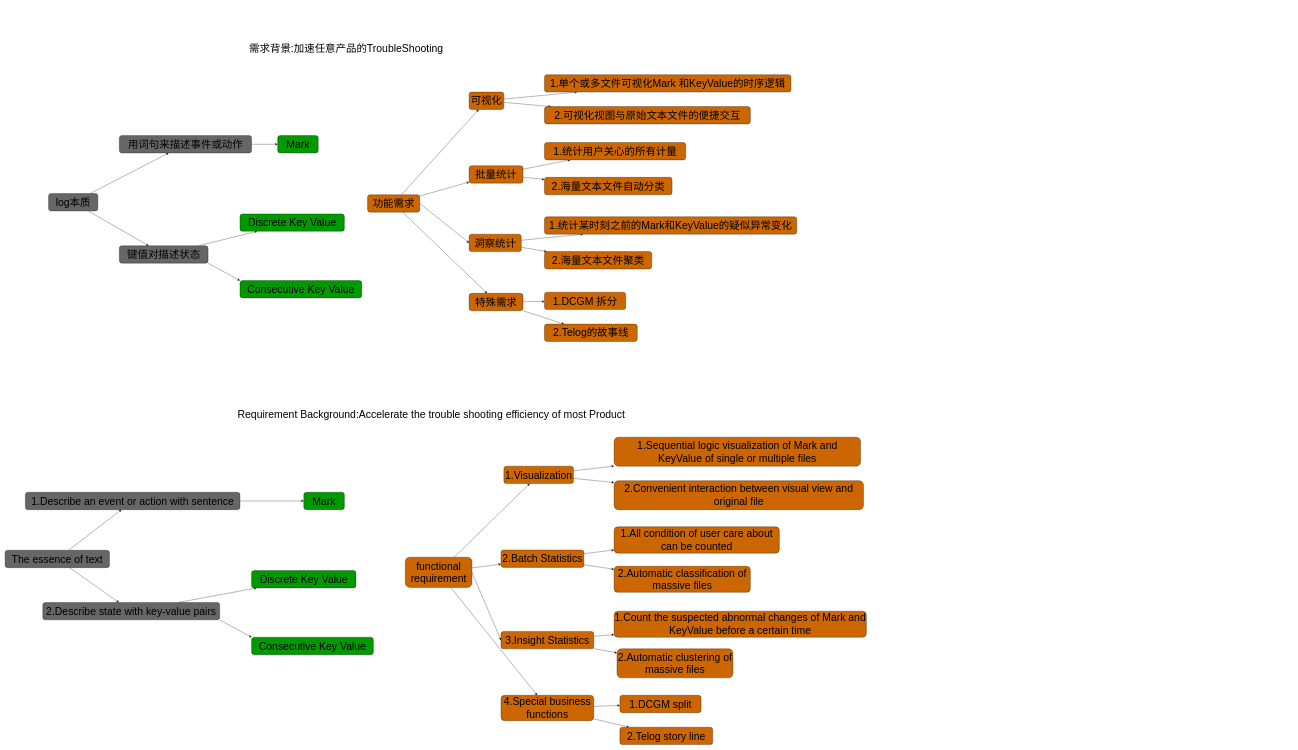
Before: page "Demand" (1 of 6) of requirement_analysis.drawio in dj-lei/eric_toolsets, a draw.io diagram. Source tidied: cells renumbered, new cells numbered last; positions are measured from the earlier drawing's top-left corner, leaving out a move shared by most shapes. Both pictures are drawn from the tidied source at 29%, with x=0, y=0 at pixel (5, 40).
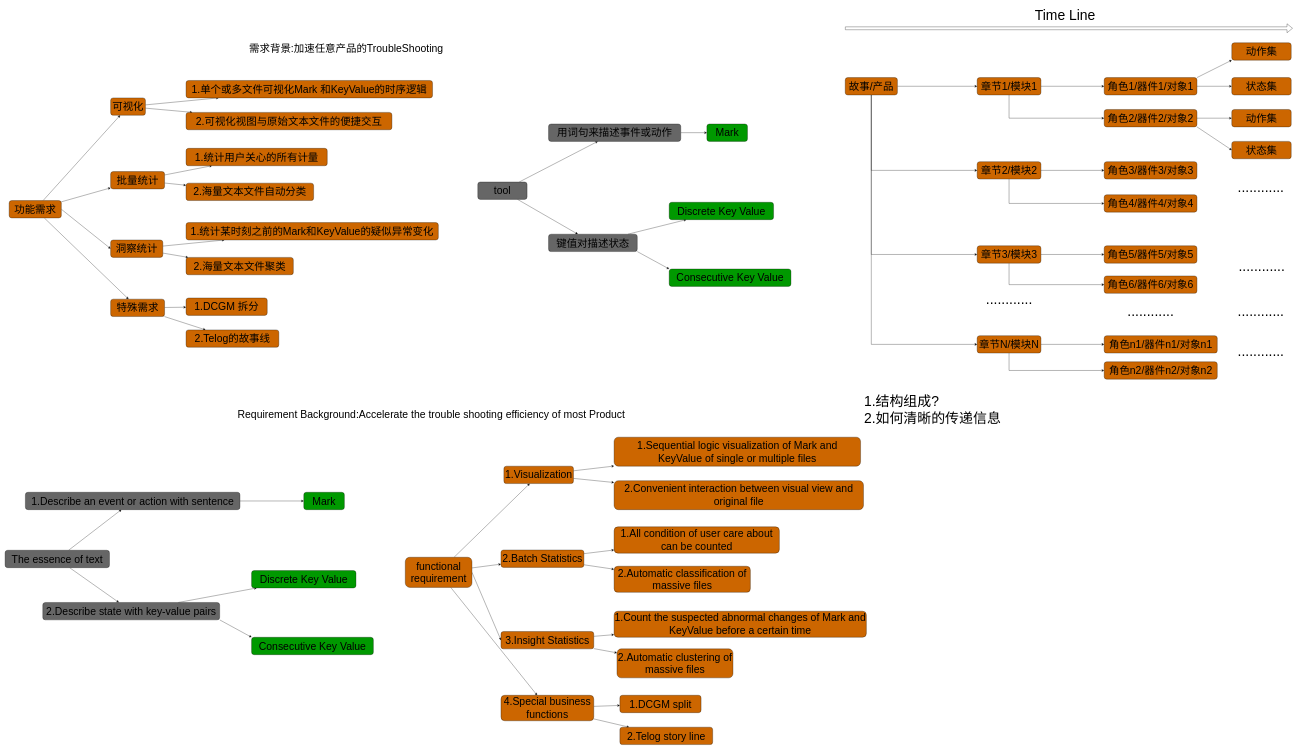
Above is the later version.

The edit, as a diff of the source:
```diff
@@
     <mxCell id="7" value="功能需求" style="rounded=1;whiteSpace=wrap;html=1;fontSize=36;fillColor=#CC6600;" parent="1" vertex="1">
-      <mxGeometry x="1250" y="534" width="180" height="60" as="geometry" />
+      <mxGeometry x="14" y="554" width="180" height="60" as="geometry" />
     </mxCell>
@@
     <mxCell id="10" value="洞察统计" style="rounded=1;whiteSpace=wrap;html=1;fontSize=36;fillColor=#CC6600;" parent="1" vertex="1">
-      <mxGeometry x="1600" y="670" width="180" height="60" as="geometry" />
+      <mxGeometry x="364" y="690" width="180" height="60" as="geometry" />
     </mxCell>
     <mxCell id="11" value="2.海量文本文件聚类" style="rounded=1;whiteSpace=wrap;html=1;fontSize=36;fillColor=#CC6600;" parent="1" vertex="1">
-      <mxGeometry x="1860" y="730" width="370" height="60" as="geometry" />
+      <mxGeometry x="624" y="750" width="370" height="60" as="geometry" />
     </mxCell>
     <mxCell id="12" value="1.统计某时刻之前的Mark和KeyValue的疑似异常变化" style="rounded=1;whiteSpace=wrap;html=1;fontSize=36;fillColor=#CC6600;" parent="1" vertex="1">
-      <mxGeometry x="1860" y="610" width="870" height="60" as="geometry" />
+      <mxGeometry x="624" y="630" width="870" height="60" as="geometry" />
     </mxCell>
@@
     <mxCell id="15" value="批量统计" style="rounded=1;whiteSpace=wrap;html=1;fontSize=36;fillColor=#CC6600;" parent="1" vertex="1">
-      <mxGeometry x="1600" y="434" width="186" height="60" as="geometry" />
+      <mxGeometry x="364" y="454" width="186" height="60" as="geometry" />
     </mxCell>
     <mxCell id="16" value="1.统计用户关心的所有计量" style="rounded=1;whiteSpace=wrap;html=1;fontSize=36;fillColor=#CC6600;" parent="1" vertex="1">
-      <mxGeometry x="1860" y="354" width="487" height="60" as="geometry" />
+      <mxGeometry x="624" y="374" width="487" height="60" as="geometry" />
     </mxCell>
     <mxCell id="17" value="2.海量文本文件自动分类" style="rounded=1;whiteSpace=wrap;html=1;fontSize=36;fillColor=#CC6600;" parent="1" vertex="1">
-      <mxGeometry x="1860" y="474" width="440" height="60" as="geometry" />
+      <mxGeometry x="624" y="494" width="440" height="60" as="geometry" />
     </mxCell>
@@
     <mxCell id="20" value="可视化" style="rounded=1;whiteSpace=wrap;html=1;fontSize=36;fillColor=#CC6600;" parent="1" vertex="1">
-      <mxGeometry x="1600" y="180" width="120" height="60" as="geometry" />
+      <mxGeometry x="364" y="200" width="120" height="60" as="geometry" />
     </mxCell>
     <mxCell id="21" value="1.单个或多文件可视化Mark 和KeyValue的时序逻辑" style="rounded=1;whiteSpace=wrap;html=1;fontSize=36;fillColor=#CC6600;" parent="1" vertex="1">
-      <mxGeometry x="1860" y="120" width="850" height="60" as="geometry" />
+      <mxGeometry x="624" y="140" width="850" height="60" as="geometry" />
     </mxCell>
     <mxCell id="22" value="2.可视化视图与原始文本文件的便捷交互" style="rounded=1;whiteSpace=wrap;html=1;fontSize=36;fillColor=#CC6600;" parent="1" vertex="1">
-      <mxGeometry x="1860" y="230" width="710" height="60" as="geometry" />
+      <mxGeometry x="624" y="250" width="710" height="60" as="geometry" />
     </mxCell>
@@
     <mxCell id="25" value="特殊需求" style="rounded=1;whiteSpace=wrap;html=1;fontSize=36;fillColor=#CC6600;" parent="1" vertex="1">
-      <mxGeometry x="1600" y="874" width="186" height="60" as="geometry" />
+      <mxGeometry x="364" y="894" width="186" height="60" as="geometry" />
     </mxCell>
     <mxCell id="26" value="1.DCGM 拆分" style="rounded=1;whiteSpace=wrap;html=1;fontSize=36;fillColor=#CC6600;" parent="1" vertex="1">
-      <mxGeometry x="1860" y="870" width="280" height="60" as="geometry" />
+      <mxGeometry x="624" y="890" width="280" height="60" as="geometry" />
     </mxCell>
     <mxCell id="27" value="2.Telog的故事线" style="rounded=1;whiteSpace=wrap;html=1;fontSize=36;fillColor=#CC6600;" parent="1" vertex="1">
-      <mxGeometry x="1860" y="980" width="320" height="60" as="geometry" />
+      <mxGeometry x="624" y="1000" width="320" height="60" as="geometry" />
     </mxCell>
@@
-    <mxCell id="30" value="log本质" style="rounded=1;whiteSpace=wrap;html=1;fontSize=36;fillColor=#666666;" parent="1" vertex="1">
-      <mxGeometry x="150" y="530" width="170" height="60" as="geometry" />
+    <mxCell id="30" value="tool" style="rounded=1;whiteSpace=wrap;html=1;fontSize=36;fillColor=#666666;" parent="1" vertex="1">
+      <mxGeometry x="1630" y="490" width="170" height="60" as="geometry" />
     </mxCell>
@@
     <mxCell id="32" value="用词句来描述事件或动作" style="rounded=1;whiteSpace=wrap;html=1;fontSize=36;fillColor=#666666;" parent="1" vertex="1">
-      <mxGeometry x="394" y="330" width="456" height="60" as="geometry" />
+      <mxGeometry x="1874" y="290" width="456" height="60" as="geometry" />
     </mxCell>
@@
     <mxCell id="35" value="键值对描述状态" style="rounded=1;whiteSpace=wrap;html=1;fontSize=36;fillColor=#666666;" parent="1" vertex="1">
-      <mxGeometry x="394" y="710" width="306" height="60" as="geometry" />
+      <mxGeometry x="1874" y="670" width="306" height="60" as="geometry" />
     </mxCell>
     <mxCell id="36" value="Mark" style="rounded=1;whiteSpace=wrap;html=1;fontSize=36;fillColor=#009900;" parent="1" vertex="1">
-      <mxGeometry x="940" y="330" width="140" height="60" as="geometry" />
+      <mxGeometry x="2420" y="290" width="140" height="60" as="geometry" />
     </mxCell>
     <mxCell id="37" value="Discrete Key Value" style="rounded=1;whiteSpace=wrap;html=1;fontSize=36;fillColor=#009900;" parent="1" vertex="1">
-      <mxGeometry x="810" y="600" width="360" height="60" as="geometry" />
+      <mxGeometry x="2290" y="560" width="360" height="60" as="geometry" />
     </mxCell>
     <mxCell id="38" value="Consecutive Key Value" style="rounded=1;whiteSpace=wrap;html=1;fontSize=36;fillColor=#009900;" parent="1" vertex="1">
-      <mxGeometry x="810" y="830" width="420" height="60" as="geometry" />
+      <mxGeometry x="2290" y="790" width="420" height="60" as="geometry" />
     </mxCell>
@@
+    <mxCell id="76" style="edgeStyle=orthogonalEdgeStyle;rounded=0;jettySize=auto;html=1;" parent="1" edge="1" source="80" target="83">
+      <mxGeometry relative="1" as="geometry" />
+    </mxCell>
+    <mxCell id="77" style="edgeStyle=orthogonalEdgeStyle;rounded=0;jettySize=auto;html=1;exitX=0.5;exitY=1;exitDx=0;exitDy=0;entryX=0;entryY=0.5;entryDx=0;entryDy=0;fontSize=48;" parent="1" edge="1" source="80" target="86">
+      <mxGeometry relative="1" as="geometry" />
+    </mxCell>
+    <mxCell id="78" style="edgeStyle=orthogonalEdgeStyle;rounded=0;jettySize=auto;html=1;exitX=0.5;exitY=1;exitDx=0;exitDy=0;entryX=0;entryY=0.5;entryDx=0;entryDy=0;fontSize=48;" parent="1" edge="1" source="80" target="89">
+      <mxGeometry relative="1" as="geometry" />
+    </mxCell>
+    <mxCell id="79" style="edgeStyle=orthogonalEdgeStyle;rounded=0;jettySize=auto;html=1;exitX=0.5;exitY=1;exitDx=0;exitDy=0;entryX=0;entryY=0.5;entryDx=0;entryDy=0;fontSize=48;" parent="1" edge="1" source="80" target="92">
+      <mxGeometry relative="1" as="geometry" />
+    </mxCell>
+    <mxCell id="80" value="故事/产品" style="rounded=1;whiteSpace=wrap;html=1;fontSize=36;fillColor=#CC6600;" parent="1" vertex="1">
+      <mxGeometry x="2897" y="130" width="180" height="60" as="geometry" />
+    </mxCell>
+    <mxCell id="81" style="edgeStyle=orthogonalEdgeStyle;rounded=0;jettySize=auto;html=1;fontSize=48;" parent="1" edge="1" source="83" target="96">
+      <mxGeometry relative="1" as="geometry" />
+    </mxCell>
+    <mxCell id="82" style="edgeStyle=orthogonalEdgeStyle;rounded=0;jettySize=auto;html=1;exitX=0.5;exitY=1;exitDx=0;exitDy=0;entryX=0;entryY=0.5;entryDx=0;entryDy=0;fontSize=48;" parent="1" edge="1" source="83" target="99">
+      <mxGeometry relative="1" as="geometry" />
+    </mxCell>
+    <mxCell id="83" value="章节1/模块1" style="rounded=1;whiteSpace=wrap;html=1;fontSize=36;fillColor=#CC6600;" parent="1" vertex="1">
+      <mxGeometry x="3352" y="130" width="220" height="60" as="geometry" />
+    </mxCell>
+    <mxCell id="84" style="edgeStyle=orthogonalEdgeStyle;rounded=0;jettySize=auto;html=1;exitX=1;exitY=0.5;exitDx=0;exitDy=0;entryX=0;entryY=0.5;entryDx=0;entryDy=0;fontSize=48;" parent="1" edge="1" source="86" target="100">
+      <mxGeometry relative="1" as="geometry" />
+    </mxCell>
+    <mxCell id="85" style="edgeStyle=orthogonalEdgeStyle;rounded=0;jettySize=auto;html=1;exitX=0.5;exitY=1;exitDx=0;exitDy=0;entryX=0;entryY=0.5;entryDx=0;entryDy=0;fontSize=48;" parent="1" edge="1" source="86" target="101">
+      <mxGeometry relative="1" as="geometry" />
+    </mxCell>
+    <mxCell id="86" value="章节2/模块2" style="rounded=1;whiteSpace=wrap;html=1;fontSize=36;fillColor=#CC6600;" parent="1" vertex="1">
+      <mxGeometry x="3352" y="420" width="220" height="60" as="geometry" />
+    </mxCell>
+    <mxCell id="87" style="edgeStyle=orthogonalEdgeStyle;rounded=0;jettySize=auto;html=1;exitX=1;exitY=0.5;exitDx=0;exitDy=0;entryX=0;entryY=0.5;entryDx=0;entryDy=0;fontSize=48;" parent="1" edge="1" source="89" target="102">
+      <mxGeometry relative="1" as="geometry" />
+    </mxCell>
+    <mxCell id="88" style="edgeStyle=orthogonalEdgeStyle;rounded=0;jettySize=auto;html=1;exitX=0.5;exitY=1;exitDx=0;exitDy=0;entryX=0;entryY=0.5;entryDx=0;entryDy=0;fontSize=48;" parent="1" edge="1" source="89" target="103">
+      <mxGeometry relative="1" as="geometry" />
+    </mxCell>
+    <mxCell id="89" value="章节3/模块3" style="rounded=1;whiteSpace=wrap;html=1;fontSize=36;fillColor=#CC6600;" parent="1" vertex="1">
+      <mxGeometry x="3352" y="710" width="220" height="60" as="geometry" />
+    </mxCell>
+    <mxCell id="90" style="edgeStyle=orthogonalEdgeStyle;rounded=0;jettySize=auto;html=1;exitX=1;exitY=0.5;exitDx=0;exitDy=0;entryX=0;entryY=0.5;entryDx=0;entryDy=0;fontSize=48;" parent="1" edge="1" source="92" target="104">
+      <mxGeometry relative="1" as="geometry" />
+    </mxCell>
+    <mxCell id="91" style="edgeStyle=orthogonalEdgeStyle;rounded=0;jettySize=auto;html=1;exitX=0.5;exitY=1;exitDx=0;exitDy=0;entryX=0;entryY=0.5;entryDx=0;entryDy=0;fontSize=48;" parent="1" edge="1" source="92" target="105">
+      <mxGeometry relative="1" as="geometry" />
+    </mxCell>
+    <mxCell id="92" value="章节N/模块N" style="rounded=1;whiteSpace=wrap;html=1;fontSize=36;fillColor=#CC6600;" parent="1" vertex="1">
+      <mxGeometry x="3352" y="1020" width="220" height="60" as="geometry" />
+    </mxCell>
+    <mxCell id="93" value="&lt;font style=&quot;font-size: 48px;&quot;&gt;............&lt;/font&gt;" style="text;html=1;align=center;verticalAlign=middle;strokeColor=none;fillColor=none;" parent="1" vertex="1">
+      <mxGeometry x="3372" y="860" width="180" height="70" as="geometry" />
+    </mxCell>
+    <mxCell id="94" style="edgeStyle=none;rounded=0;jettySize=auto;html=1;fontSize=48;" parent="1" edge="1" source="96" target="108">
+      <mxGeometry relative="1" as="geometry" />
+    </mxCell>
+    <mxCell id="95" style="edgeStyle=none;rounded=0;jettySize=auto;html=1;exitX=1;exitY=0;exitDx=0;exitDy=0;entryX=0;entryY=1;entryDx=0;entryDy=0;fontSize=48;" parent="1" edge="1" source="96" target="107">
+      <mxGeometry relative="1" as="geometry" />
+    </mxCell>
+    <mxCell id="96" value="角色1/器件1/对象1" style="rounded=1;whiteSpace=wrap;html=1;fontSize=36;fillColor=#CC6600;" parent="1" vertex="1">
+      <mxGeometry x="3790" y="130" width="320" height="60" as="geometry" />
+    </mxCell>
+    <mxCell id="97" style="edgeStyle=none;rounded=0;jettySize=auto;html=1;exitX=1;exitY=0.5;exitDx=0;exitDy=0;entryX=0;entryY=0.5;entryDx=0;entryDy=0;fontSize=48;" parent="1" edge="1" source="99" target="109">
+      <mxGeometry relative="1" as="geometry" />
+    </mxCell>
+    <mxCell id="98" style="edgeStyle=none;rounded=0;jettySize=auto;html=1;exitX=1;exitY=1;exitDx=0;exitDy=0;entryX=0;entryY=0.5;entryDx=0;entryDy=0;fontSize=48;" parent="1" edge="1" source="99" target="110">
+      <mxGeometry relative="1" as="geometry" />
+    </mxCell>
+    <mxCell id="99" value="角色2/器件2/对象2" style="rounded=1;whiteSpace=wrap;html=1;fontSize=36;fillColor=#CC6600;" parent="1" vertex="1">
+      <mxGeometry x="3790" y="240" width="320" height="60" as="geometry" />
+    </mxCell>
+    <mxCell id="100" value="角色3/器件3/对象3" style="rounded=1;whiteSpace=wrap;html=1;fontSize=36;fillColor=#CC6600;" parent="1" vertex="1">
+      <mxGeometry x="3790" y="420" width="320" height="60" as="geometry" />
+    </mxCell>
+    <mxCell id="101" value="角色4/器件4/对象4" style="rounded=1;whiteSpace=wrap;html=1;fontSize=36;fillColor=#CC6600;" parent="1" vertex="1">
+      <mxGeometry x="3790" y="534" width="320" height="60" as="geometry" />
+    </mxCell>
+    <mxCell id="102" value="角色5/器件5/对象5" style="rounded=1;whiteSpace=wrap;html=1;fontSize=36;fillColor=#CC6600;" parent="1" vertex="1">
+      <mxGeometry x="3790" y="710" width="320" height="60" as="geometry" />
+    </mxCell>
+    <mxCell id="103" value="角色6/器件6/对象6" style="rounded=1;whiteSpace=wrap;html=1;fontSize=36;fillColor=#CC6600;" parent="1" vertex="1">
+      <mxGeometry x="3790" y="814" width="320" height="60" as="geometry" />
+    </mxCell>
+    <mxCell id="104" value="角色n1/器件n1/对象n1" style="rounded=1;whiteSpace=wrap;html=1;fontSize=36;fillColor=#CC6600;" parent="1" vertex="1">
+      <mxGeometry x="3790" y="1020" width="390" height="60" as="geometry" />
+    </mxCell>
+    <mxCell id="105" value="角色n2/器件n2/对象n2" style="rounded=1;whiteSpace=wrap;html=1;fontSize=36;fillColor=#CC6600;" parent="1" vertex="1">
+      <mxGeometry x="3790" y="1110" width="390" height="60" as="geometry" />
+    </mxCell>
+    <mxCell id="106" value="&lt;font style=&quot;font-size: 48px;&quot;&gt;............&lt;/font&gt;" style="text;html=1;align=center;verticalAlign=middle;strokeColor=none;fillColor=none;" parent="1" vertex="1">
+      <mxGeometry x="3860" y="900" width="180" height="70" as="geometry" />
+    </mxCell>
+    <mxCell id="107" value="动作集" style="rounded=1;whiteSpace=wrap;html=1;fontSize=36;fillColor=#CC6600;" parent="1" vertex="1">
+      <mxGeometry x="4230" y="10" width="205" height="60" as="geometry" />
+    </mxCell>
+    <mxCell id="108" value="状态集" style="rounded=1;whiteSpace=wrap;html=1;fontSize=36;fillColor=#CC6600;" parent="1" vertex="1">
+      <mxGeometry x="4230" y="130" width="205" height="60" as="geometry" />
+    </mxCell>
+    <mxCell id="109" value="动作集" style="rounded=1;whiteSpace=wrap;html=1;fontSize=36;fillColor=#CC6600;" parent="1" vertex="1">
+      <mxGeometry x="4230" y="240" width="205" height="60" as="geometry" />
+    </mxCell>
+    <mxCell id="110" value="状态集" style="rounded=1;whiteSpace=wrap;html=1;fontSize=36;fillColor=#CC6600;" parent="1" vertex="1">
+      <mxGeometry x="4230" y="350" width="205" height="60" as="geometry" />
+    </mxCell>
+    <mxCell id="111" value="&lt;font style=&quot;font-size: 48px;&quot;&gt;............&lt;/font&gt;" style="text;html=1;align=center;verticalAlign=middle;strokeColor=none;fillColor=none;" parent="1" vertex="1">
+      <mxGeometry x="4240" y="474" width="180" height="70" as="geometry" />
+    </mxCell>
+    <mxCell id="112" value="&lt;font style=&quot;font-size: 48px;&quot;&gt;............&lt;/font&gt;" style="text;html=1;align=center;verticalAlign=middle;strokeColor=none;fillColor=none;" parent="1" vertex="1">
+      <mxGeometry x="4242.5" y="744" width="180" height="70" as="geometry" />
+    </mxCell>
+    <mxCell id="113" value="&lt;font style=&quot;font-size: 48px;&quot;&gt;............&lt;/font&gt;" style="text;html=1;align=center;verticalAlign=middle;strokeColor=none;fillColor=none;" parent="1" vertex="1">
+      <mxGeometry x="4240" y="900" width="180" height="70" as="geometry" />
+    </mxCell>
+    <mxCell id="114" value="&lt;font style=&quot;font-size: 48px;&quot;&gt;............&lt;/font&gt;" style="text;html=1;align=center;verticalAlign=middle;strokeColor=none;fillColor=none;" parent="1" vertex="1">
+      <mxGeometry x="4240" y="1040" width="180" height="70" as="geometry" />
+    </mxCell>
+    <mxCell id="115" style="shape=flexArrow;endArrow=classic;html=1;rounded=0;fontSize=48;" parent="1" edge="1">
+      <mxGeometry relative="1" as="geometry">
+        <mxPoint x="2897" y="-40" as="sourcePoint" />
+        <mxPoint x="4440" y="-40" as="targetPoint" />
+      </mxGeometry>
+    </mxCell>
+    <mxCell id="116" value="Time Line" style="text;html=1;align=center;verticalAlign=middle;strokeColor=none;fillColor=none;fontSize=48;" parent="1" vertex="1">
+      <mxGeometry x="3540" y="-120" width="230" height="70" as="geometry" />
+    </mxCell>
+    <mxCell id="117" value="1.结构组成?&lt;br&gt;2.如何清晰的传递信息" style="text;html=1;align=left;verticalAlign=middle;strokeColor=none;fillColor=none;fontSize=48;" parent="1" vertex="1">
+      <mxGeometry x="2960" y="1210" width="500" height="130" as="geometry" />
+    </mxCell>
```
